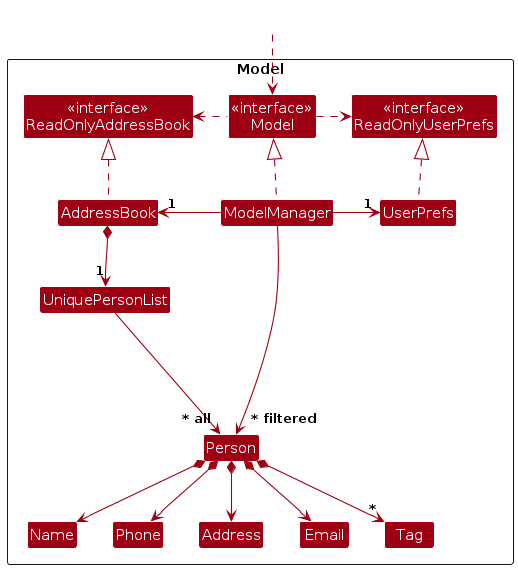
AY2627S1-CS2103T-F14a-4/tp keeps this PlantUML diagram as diagrams/ModelClassDiagram.png. Above is the earlier version. Its source is kept beside it as diagrams/ModelClassDiagram.puml. The source it was exported from:
```plantuml
@startuml
!include style.puml
skinparam arrowThickness 1.1
skinparam arrowColor MODEL_COLOR
skinparam classBackgroundColor MODEL_COLOR

Package Model as ModelPackage <<Rectangle>>{
Class "<<interface>>\nReadOnlyAddressBook" as ReadOnlyAddressBook
Class "<<interface>>\nReadOnlyUserPrefs" as ReadOnlyUserPrefs
Class "<<interface>>\nModel" as Model
Class AddressBook
Class ModelManager
Class UserPrefs

Class UniquePersonList
Class Person
Class Address
Class Email
Class Name
Class Phone
Class Tag

Class I #FFFFFF
}

Class HiddenOutside #FFFFFF
HiddenOutside ..> Model

AddressBook .up.|> ReadOnlyAddressBook

ModelManager .up.|> Model
Model .right.> ReadOnlyUserPrefs
Model .left.> ReadOnlyAddressBook
ModelManager -left-> "1" AddressBook
ModelManager -right-> "1" UserPrefs
UserPrefs .up.|> ReadOnlyUserPrefs

AddressBook *--> "1" UniquePersonList
UniquePersonList --> "~* all" Person
Person *--> Name
Person *--> Phone
Person *--> Email
Person *--> Address
Person *--> "*" Tag

Person -[hidden]up--> I
UniquePersonList -[hidden]right-> I

Name -[hidden]right-> Phone
Phone -[hidden]right-> Address
Address -[hidden]right-> Email

ModelManager --> "~* filtered" Person
@enduml
```
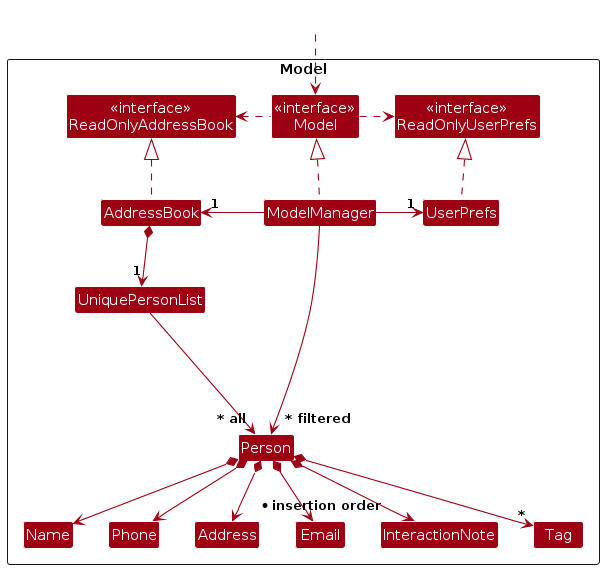
The same diagram one commit later.

Diff of the diagram source:
```diff
@@ -14,6 +14,7 @@
 
 Class UniquePersonList
 Class Person
+Class InteractionNote
 Class Address
 Class Email
 Class Name
@@ -42,6 +43,7 @@
 Person *--> Email
 Person *--> Address
 Person *--> "*" Tag
+Person *--> "* insertion order" InteractionNote
 
 Person -[hidden]up--> I
 UniquePersonList -[hidden]right-> I
```
